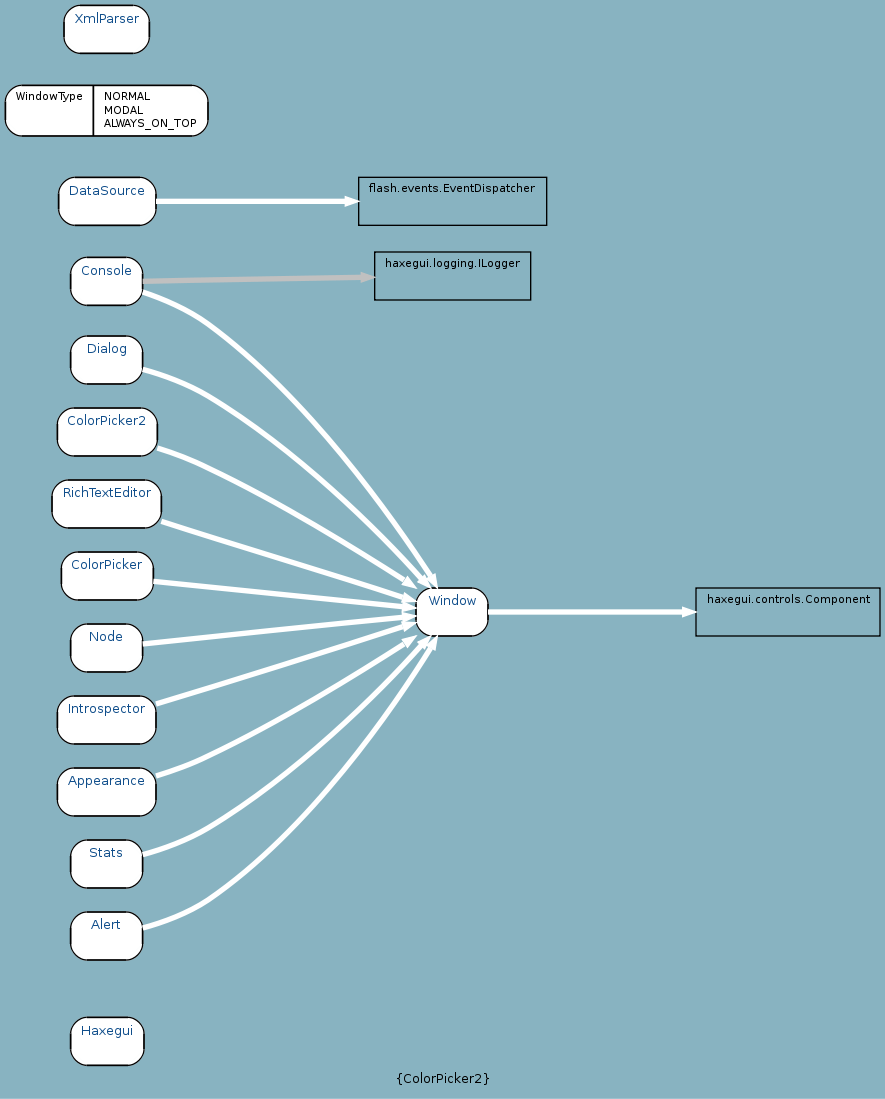
This is docs/uml/haxegui_I.png from google-code-export/haxegui, a Graphviz export, as it was before one commit. Its source is kept beside it as docs/uml/haxegui_I.dot.
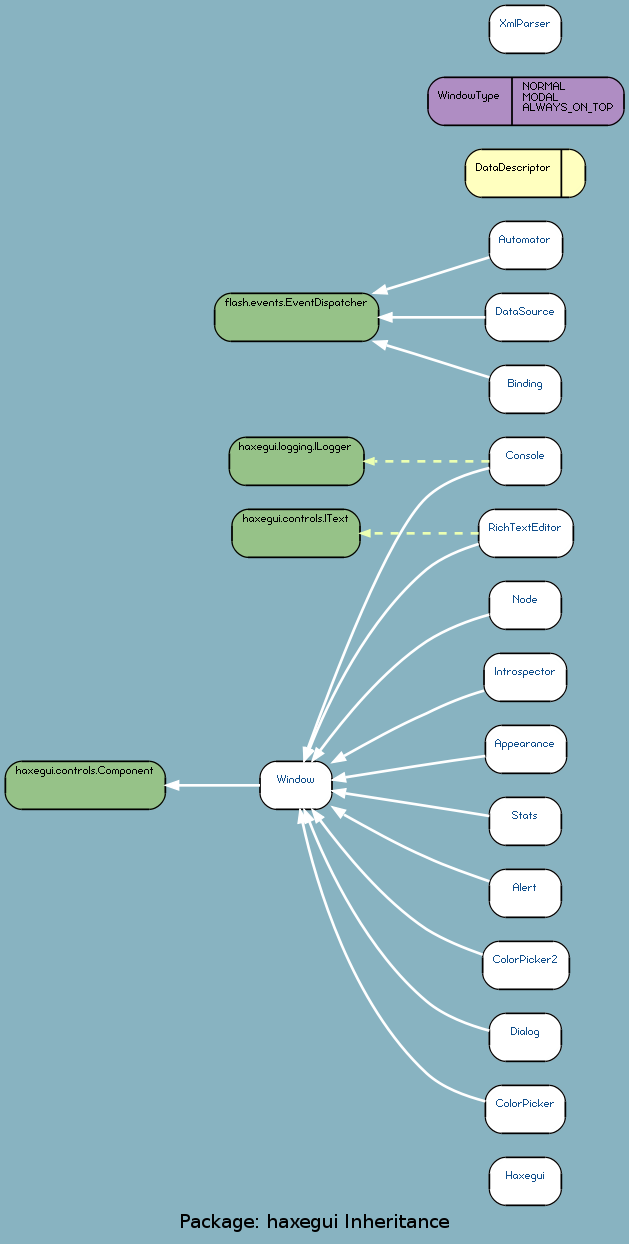
After the change.

Diff of the diagram source:
```diff
@@ -1,39 +1,45 @@
 digraph uml {
-	graph [label="Package: haxegui Inheritance", ratio=compress, rankdir=LR, size="24,12", overlap=false, fontname=Sans, fontsize=10, bgcolor="#88B3C1", fontcolor=black];
-	node [label="\N", fontname=Sans, fontsize=8, shape=record, color=black, fontcolor=black];
-	edge [fontname=Sans, fontsize=8, minlen=3, color=black, fontcolor=black];
-	graph [label="{ColorPicker2}",
-		lp="328,10",
-		bb="0,0,656,816"];
-	"haxegui.Haxegui" [label="{Haxegui}", fontsize=10, fontcolor="#104E8B", style="rounded,filled", fillcolor=white, URL="../types/haxegui/Haxegui.html", tooltip=Haxegui, portPos=e, pos="76,39", rects="49,21,104,57", width="0.75", height="0.50"];
-	"haxegui.Window" [label="{Window}", fontsize=10, fontcolor="#104E8B", style="rounded,filled", fillcolor=white, URL="../types/haxegui/Window.html", tooltip=Window, portPos=e, pos="335,361", rects="308,343,362,379", width="0.75", height="0.50"];
-	"haxegui.controls.Component" [pos="587,361", rects="518,343,656,379", width="1.92", height="0.50"];
-	"haxegui.Dialog" [label="{Dialog}", fontsize=10, fontcolor="#104E8B", style="rounded,filled", fillcolor=white, URL="../types/haxegui/Dialog.html", tooltip=Dialog, portPos=e, pos="76,550", rects="49,532,103,568", width="0.75", height="0.50"];
-	"haxegui.Console" [label="{Console}", fontsize=10, fontcolor="#104E8B", style="rounded,filled", fillcolor=white, URL="../types/haxegui/Console.html", tooltip=Console, portPos=e, pos="76,609", rects="49,591,103,627", width="0.75", height="0.50"];
-	"haxegui.logging.ILogger" [pos="335,613", rects="277,595,394,631", width="1.61", height="0.50"];
-	"haxegui.RichTextEditor" [label="{RichTextEditor}", fontsize=10, fontcolor="#104E8B", style="rounded,filled", fillcolor=white, URL="../types/haxegui/RichTextEditor.html", tooltip=RichTextEditor, portPos=e, pos="76,442", rects="35,424,117,460", width="1.14", height="0.50"];
-	"haxegui.DataSource" [label="{DataSource}", fontsize=10, fontcolor="#104E8B", style="rounded,filled", fillcolor=white, URL="../types/haxegui/DataSource.html", tooltip=DataSource, portPos=e, pos="76,669", rects="40,651,113,687", width="1.00", height="0.50"];
-	"flash.events.EventDispatcher" [pos="335,669", rects="265,651,406,687", width="1.94", height="0.50"];
-	"haxegui.WindowType" [label="{WindowType|NORMAL\lMODAL\lALWAYS_ON_TOP\l}", style="rounded,filled", fillcolor=white, pos="76,737", rects="0,718,66,756 66,718,152,756", width="2.11", height="0.53"];
-	"haxegui.ColorPicker" [label="{ColorPicker}", fontsize=10, fontcolor="#104E8B", style="rounded,filled", fillcolor=white, URL="../types/haxegui/ColorPicker.html", tooltip=ColorPicker, portPos=e, pos="76,388", rects="42,370,111,406", width="0.94", height="0.50"];
-	"haxegui.XmlParser" [label="{XmlParser}", fontsize=10, fontcolor="#104E8B", style="rounded,filled", fillcolor=white, URL="../types/haxegui/XmlParser.html", tooltip=XmlParser, portPos=e, pos="76,798", rects="44,780,108,816", width="0.89", height="0.50"];
-	"haxegui.Node" [label="{Node}", fontsize=10, fontcolor="#104E8B", style="rounded,filled", fillcolor=white, URL="../types/haxegui/Node.html", tooltip="Node", portPos=e, pos="76,334", rects="49,316,103,352", width="0.75", height="0.50"];
-	"haxegui.Introspector" [label="{Introspector}", fontsize=10, fontcolor="#104E8B", style="rounded,filled", fillcolor=white, URL="../types/haxegui/Introspector.html", tooltip=Introspector, portPos=e, pos="76,280", rects="39,262,113,298", width="1.03", height="0.50"];
-	"haxegui.Appearance" [label="{Appearance}", fontsize=10, fontcolor="#104E8B", style="rounded,filled", fillcolor=white, URL="../types/haxegui/Appearance.html", tooltip=Appearance, portPos=e, pos="76,226", rects="39,208,113,244", width="1.03", height="0.50"];
-	"haxegui.Stats" [label="{Stats}", fontsize=10, fontcolor="#104E8B", style="rounded,filled", fillcolor=white, URL="../types/haxegui/Stats.html", tooltip=Stats, portPos=e, pos="76,172", rects="49,154,103,190", width="0.75", height="0.50"];
-	"haxegui.Alert" [label="{Alert}", fontsize=10, fontcolor="#104E8B", style="rounded,filled", fillcolor=white, URL="../types/haxegui/Alert.html", tooltip=Alert, portPos=e, pos="76,118", rects="49,100,103,136", width="0.75", height="0.50"];
-	"haxegui.ColorPicker2" [label="{ColorPicker2}", fontsize=10, fontcolor="#104E8B", style="rounded,filled", fillcolor=white, URL="../types/haxegui/ColorPicker2.html", tooltip=ColorPicker2, portPos=e, pos="76,496", rects="39,478,114,514", width="1.03", height="0.50"];
-	"haxegui.Window" -> "haxegui.controls.Component" [color=white, style="setlinewidth(4)", arrowhead=normal, arrowsize="1.0", pos="e,518,361 362,361 397,361 458,361 508,361"];
-	"haxegui.Dialog" -> "haxegui.Window" [color=white, style="setlinewidth(4)", arrowhead=normal, arrowsize="1.0", pos="e,319,379 103,543 118,539 137,532 152,523 217,484 280,422 312,386"];
-	"haxegui.Console" -> "haxegui.Window" [color=white, style="setlinewidth(4)", arrowhead=normal, arrowsize="1.0", pos="e,324,379 103,601 118,596 137,588 152,577 227,522 290,432 319,388"];
-	"haxegui.Console" -> "haxegui.logging.ILogger" [color=gray, style="setlinewidth(4)", arrowhead=normal, arrowsize="1.0", pos="e,277,612 103,609 142,610 214,611 267,612"];
-	"haxegui.RichTextEditor" -> "haxegui.Window" [color=white, style="setlinewidth(4)", arrowhead=normal, arrowsize="1.0", pos="e,308,369 117,429 166,413 250,388 298,372"];
-	"haxegui.DataSource" -> "flash.events.EventDispatcher" [color=white, style="setlinewidth(4)", arrowhead=normal, arrowsize="1.0", pos="e,265,669 113,669 150,669 207,669 255,669"];
-	"haxegui.ColorPicker" -> "haxegui.Window" [color=white, style="setlinewidth(4)", arrowhead=normal, arrowsize="1.0", pos="e,308,364 111,384 160,379 248,370 298,365"];
-	"haxegui.Node" -> "haxegui.Window" [color=white, style="setlinewidth(4)", arrowhead=normal, arrowsize="1.0", pos="e,308,358 103,337 150,342 245,352 298,357"];
-	"haxegui.Introspector" -> "haxegui.Window" [color=white, style="setlinewidth(4)", arrowhead=normal, arrowsize="1.0", pos="e,308,353 113,292 163,307 249,334 298,350"];
-	"haxegui.Appearance" -> "haxegui.Window" [color=white, style="setlinewidth(4)", arrowhead=normal, arrowsize="1.0", pos="e,308,343 113,238 126,242 140,247 152,253 205,278 263,314 299,337"];
-	"haxegui.Stats" -> "haxegui.Window" [color=white, style="setlinewidth(4)", arrowhead=normal, arrowsize="1.0", pos="e,319,343 103,179 118,183 137,190 152,199 217,238 280,300 312,336"];
-	"haxegui.Alert" -> "haxegui.Window" [color=white, style="setlinewidth(4)", arrowhead=normal, arrowsize="1.0", pos="e,324,343 103,124 118,128 137,135 152,145 228,197 291,289 319,334"];
-	"haxegui.ColorPicker2" -> "haxegui.Window" [color=white, style="setlinewidth(4)", arrowhead=normal, arrowsize="1.0", pos="e,308,379 114,484 127,480 140,475 152,469 205,444 263,408 299,385"];
+	graph [label="Package: haxegui Inheritance", ratio=compress, rankdir=RL, smoothing=avg_dist, overlap=compress, packMode="graph", labelloc=c, fontname="DejaVu Sans Condenesed", fontsize=14, bgcolor="#88B3C1", fontcolor=black];
+	node [label="\N", style="rounded,filled", fillcolor="#96c288", fontcolor="#104E8B", fontname="FFF Harmony", fontsize=6, shape=record, color=black];
+	edge [fontname=Sans, fontsize=8, minlen="1.2", color=black, fontcolor=black];
+	graph [lp="232,12",
+		bb="0,0,464,925"];
+	"haxegui.Haxegui" [label="{\nHaxegui}", fillcolor=white, URL="../types/haxegui/Haxegui.html", tooltip="\nHaxegui", portPos=w, pos="390,43", rects="363,25,417,61", width="0.75", height="0.50"];
+	"haxegui.Window" [label="{\nWindow}", fillcolor=white, URL="../types/haxegui/Window.html", tooltip="\nWindow", portPos=w, pos="218,340", rects="191,322,245,358", width="0.75", height="0.50"];
+	"haxegui.controls.Component" [fontcolor=black, pos="60,340", rects="0,322,120,358", width="1.67", height="0.50"];
+	"haxegui.Dialog" [label="{\nDialog}", fillcolor=white, URL="../types/haxegui/Dialog.html", tooltip="\nDialog", portPos=w, pos="390,151", rects="363,133,417,169", width="0.75", height="0.50"];
+	"haxegui.Console" [label="{\nConsole}", fillcolor=white, URL="../types/haxegui/Console.html", tooltip="\nConsole", portPos=w, pos="390,583", rects="363,565,417,601", width="0.75", height="0.50"];
+	"haxegui.logging.ILogger" [fontcolor=black, pos="218,583", rects="168,565,269,601", width="1.39", height="0.50"];
+	"haxegui.Automator" [label="{\nAutomator}", fillcolor=white, URL="../types/haxegui/Automator.html", tooltip="\nAutomator", portPos=w, pos="390,745", rects="363,727,418,763", width="0.75", height="0.50"];
+	"flash.events.EventDispatcher" [fontcolor=black, pos="218,691", rects="157,673,280,709", width="1.69", height="0.50"];
+	"haxegui.RichTextEditor" [label="{\nRichTextEditor}", fillcolor=white, URL="../types/haxegui/RichTextEditor.html", tooltip="\nRichTextEditor", portPos=w, pos="390,529", rects="355,511,426,547", width="0.97", height="0.50"];
+	"haxegui.controls.IText" [fontcolor=black, pos="218,529", rects="170,511,266,547", width="1.33", height="0.50"];
+	"haxegui.DataDescriptor" [label="{\nDataDescriptor|}", fillcolor="#ffffbf", fontcolor=black, pos="390,799", rects="345,781,417,817 417,781,435,817", width="1.25", height="0.50"];
+	"haxegui.DataSource" [label="{\nDataSource}", fillcolor=white, URL="../types/haxegui/DataSource.html", tooltip="\nDataSource", portPos=w, pos="390,691", rects="360,673,420,709", width="0.83", height="0.50"];
+	"haxegui.WindowType" [label="{\nWindowType|NORMAL\lMODAL\lALWAYS_ON_TOP\l}", fillcolor="#af8dc3", fontcolor=black, pos="390,853", rects="317,835,380,871 380,835,464,871", width="2.03", height="0.50"];
+	"haxegui.ColorPicker" [label="{\nColorPicker}", fillcolor=white, URL="../types/haxegui/ColorPicker.html", tooltip="\nColorPicker", portPos=w, pos="390,97", rects="360,79,420,115", width="0.83", height="0.50"];
+	"haxegui.XmlParser" [label="{\nXmlParser}", fillcolor=white, URL="../types/haxegui/XmlParser.html", tooltip="\nXmlParser", portPos=w, pos="390,907", rects="363,889,417,925", width="0.75", height="0.50"];
+	"haxegui.Node" [label="{\nNode}", fillcolor=white, URL="../types/haxegui/Node.html", tooltip="\nNode", portPos=w, pos="390,475", rects="363,457,417,493", width="0.75", height="0.50"];
+	"haxegui.Introspector" [label="{\nIntrospector}", fillcolor=white, URL="../types/haxegui/Introspector.html", tooltip="\nIntrospector", portPos=w, pos="390,421", rects="359,403,421,439", width="0.86", height="0.50"];
+	"haxegui.Appearance" [label="{\nAppearance}", fillcolor=white, URL="../types/haxegui/Appearance.html", tooltip="\nAppearance", portPos=w, pos="390,367", rects="360,349,421,385", width="0.83", height="0.50"];
+	"haxegui.Stats" [label="{\nStats}", fillcolor=white, URL="../types/haxegui/Stats.html", tooltip="\nStats", portPos=w, pos="390,313", rects="363,295,417,331", width="0.75", height="0.50"];
+	"haxegui.Binding" [label="{\nBinding}", fillcolor=white, URL="../types/haxegui/Binding.html", tooltip="\nBinding", portPos=w, pos="390,637", rects="363,619,417,655", width="0.75", height="0.50"];
+	"haxegui.Alert" [label="{\nAlert}", fillcolor=white, URL="../types/haxegui/Alert.html", tooltip="\nAlert", portPos=w, pos="390,259", rects="363,241,417,277", width="0.75", height="0.50"];
+	"haxegui.ColorPicker2" [label="{\nColorPicker2}", fillcolor=white, URL="../types/haxegui/ColorPicker2.html", tooltip="\nColorPicker2", portPos=w, pos="390,205", rects="358,187,423,223", width="0.89", height="0.50"];
+	"haxegui.Window" -> "haxegui.controls.Component" [color=white, style=bold, arrowhead=normal, arrowsize="1.0", pos="e,120,340 191,340 175,340 152,340 130,340"];
+	"haxegui.Dialog" -> "haxegui.Window" [color=white, style=bold, arrowhead=normal, arrowsize="1.0", pos="e,224,322 363,156 348,160 329,167 316,178 272,215 242,277 228,313"];
+	"haxegui.Console" -> "haxegui.Window" [color=white, style=bold, arrowhead=normal, arrowsize="1.0", pos="e,224,358 363,578 347,574 329,568 316,556 287,529 246,420 227,368"];
+	"haxegui.Console" -> "haxegui.logging.ILogger" [color="#ebffb2", style="dashed, bold", arrowhead=normal, arrowsize="0.75", pos="e,269,583 363,583 340,583 306,583 277,583"];
+	"haxegui.Automator" -> "flash.events.EventDispatcher" [color=white, style=bold, arrowhead=normal, arrowsize="1.0", pos="e,276,709 363,736 343,730 313,720 286,712"];
+	"haxegui.RichTextEditor" -> "haxegui.Window" [color=white, style=bold, arrowhead=normal, arrowsize="1.0", pos="e,224,358 355,521 342,517 327,511 316,502 272,465 242,403 228,367"];
+	"haxegui.RichTextEditor" -> "haxegui.controls.IText" [color="#ebffb2", style="dashed, bold", arrowhead=normal, arrowsize="0.75", pos="e,266,529 355,529 331,529 300,529 274,529"];
+	"haxegui.DataSource" -> "flash.events.EventDispatcher" [color=white, style=bold, arrowhead=normal, arrowsize="1.0", pos="e,280,691 360,691 341,691 315,691 290,691"];
+	"haxegui.ColorPicker" -> "haxegui.Window" [color=white, style=bold, arrowhead=normal, arrowsize="1.0", pos="e,221,322 360,103 345,107 328,113 316,124 260,176 233,266 223,312"];
+	"haxegui.Node" -> "haxegui.Window" [color=white, style=bold, arrowhead=normal, arrowsize="1.0", pos="e,230,358 363,468 348,464 330,457 316,448 283,426 254,390 236,366"];
+	"haxegui.Introspector" -> "haxegui.Window" [color=white, style=bold, arrowhead=normal, arrowsize="1.0", pos="e,245,357 359,411 345,407 330,401 316,394 295,385 272,372 254,362"];
+	"haxegui.Appearance" -> "haxegui.Window" [color=white, style=bold, arrowhead=normal, arrowsize="1.0", pos="e,245,344 360,362 330,358 286,351 255,346"];
+	"haxegui.Stats" -> "haxegui.Window" [color=white, style=bold, arrowhead=normal, arrowsize="1.0", pos="e,245,336 363,317 333,322 287,329 255,334"];
+	"haxegui.Binding" -> "flash.events.EventDispatcher" [color=white, style=bold, arrowhead=normal, arrowsize="1.0", pos="e,276,673 363,646 343,652 313,662 286,670"];
+	"haxegui.Alert" -> "haxegui.Window" [color=white, style=bold, arrowhead=normal, arrowsize="1.0", pos="e,245,324 363,268 349,273 331,279 316,286 295,295 272,308 254,318"];
+	"haxegui.ColorPicker2" -> "haxegui.Window" [color=white, style=bold, arrowhead=normal, arrowsize="1.0", pos="e,230,322 358,213 344,218 329,224 316,232 283,254 254,290 236,314"];
 }
```
